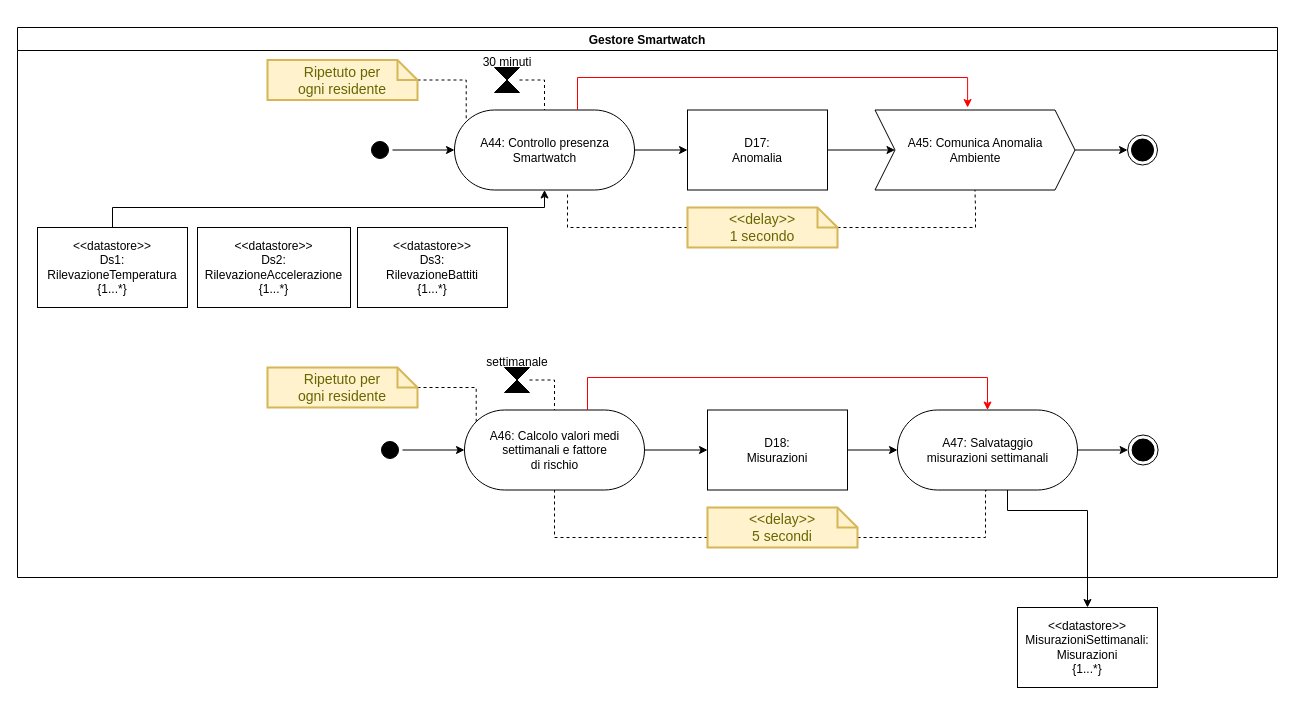
This is page "GestoreSmartwatch" (8 of 11) of Progetto/Diagrammi_Attivita/DiagrammiAttivita.drawio from Wonderjack996/unimib-software-architecture, a draw.io file, before an edit. Source tidied: cells renumbered, new cells numbered last; positions are measured from the earlier drawing's top-left corner, leaving out a move shared by most shapes. Both pictures are drawn from the tidied source at 100%, with x=0, y=0 at pixel (17, 27).
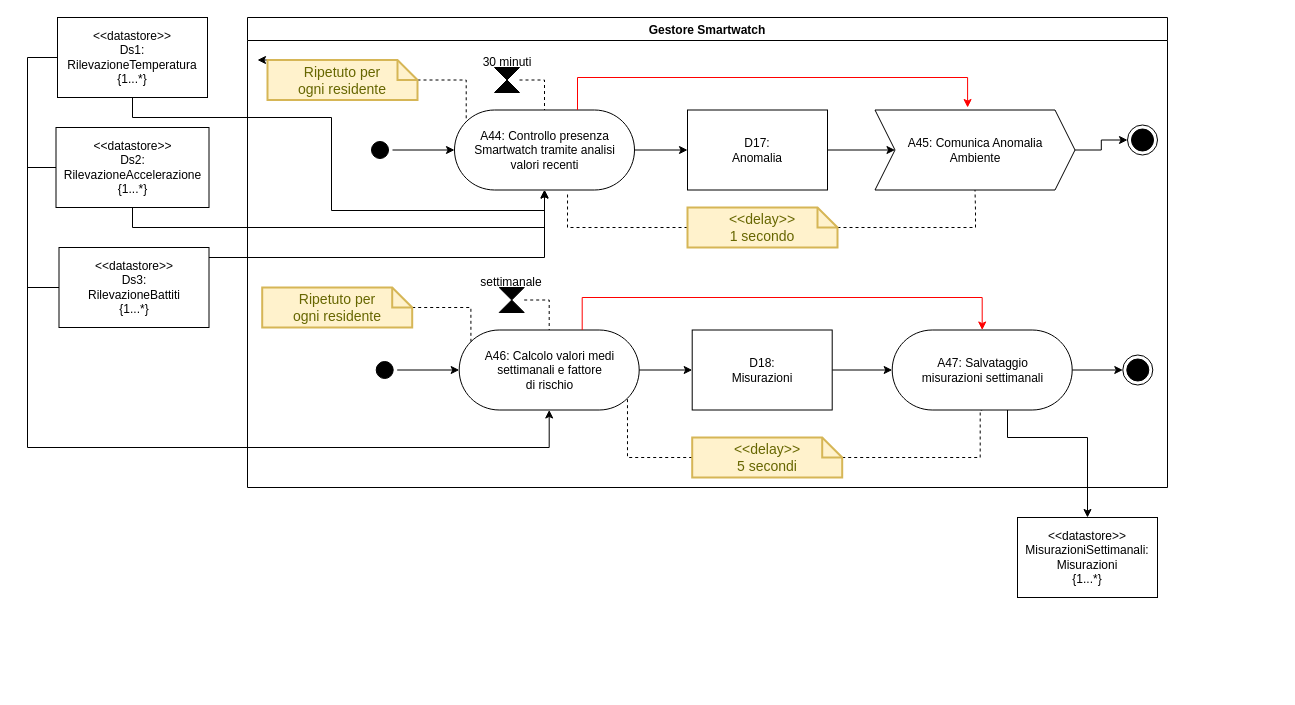
Above is the later version.

Unchanged cells that the change refers to:
```xml
<mxCell id="35" value="Ripetuto per&lt;br&gt;ogni residente" style="shape=note;strokeWidth=2;fontSize=14;size=20;whiteSpace=wrap;html=1;fillColor=#fff2cc;strokeColor=#d6b656;fontColor=#666600;" parent="1" vertex="1">
  <mxGeometry x="250" y="32.5" width="150" height="40" as="geometry" />
</mxCell>
```

Change to the diagram source:
```diff
@@
-    <mxCell id="3" value="&lt;div&gt;A44: Controllo presenza&lt;/div&gt;&lt;div&gt;Smartwatch&lt;/div&gt;" style="html=1;dashed=0;whitespace=wrap;shape=mxgraph.dfd.start;" parent="1" vertex="1">
+    <mxCell id="3" value="&lt;div&gt;A44: Controllo presenza&lt;/div&gt;&lt;div&gt;Smartwatch tramite analisi&lt;/div&gt;&lt;div&gt;valori recenti&lt;/div&gt;" style="html=1;dashed=0;whitespace=wrap;shape=mxgraph.dfd.start;" parent="1" vertex="1">
       <mxGeometry x="437" y="82.5" width="180" height="80" as="geometry" />
     </mxCell>
@@
-    <mxCell id="15" style="edgeStyle=orthogonalEdgeStyle;rounded=0;jettySize=auto;html=1;entryX=0.5;entryY=0.5;entryDx=0;entryDy=40;entryPerimeter=0;endArrow=classic;endFill=1;" parent="1" edge="1" source="42" target="3">
-      <mxGeometry relative="1" as="geometry">
-        <Array as="points">
-          <mxPoint x="527" y="180" />
-        </Array>
-      </mxGeometry>
-    </mxCell>
     <mxCell id="16" style="ellipse;html=1;shape=startState;fillColor=#000000;" parent="1" vertex="1">
-      <mxGeometry x="360" y="410" width="25" height="25" as="geometry" />
+      <mxGeometry x="354.7" y="330" width="25" height="25" as="geometry" />
     </mxCell>
     <mxCell id="17" value="&lt;div&gt;A46: Calcolo valori medi&lt;/div&gt;&lt;div&gt;settimanali e fattore&lt;/div&gt;&lt;div&gt;di rischio&lt;/div&gt;" style="html=1;dashed=0;whitespace=wrap;shape=mxgraph.dfd.start;" parent="1" vertex="1">
-      <mxGeometry x="447" y="382.5" width="180" height="80" as="geometry" />
+      <mxGeometry x="441.7" y="302.5" width="180" height="80" as="geometry" />
     </mxCell>
@@
     <mxCell id="20" style="edgeStyle=orthogonalEdgeStyle;rounded=0;jettySize=auto;html=1;entryX=0.5;entryY=0.5;entryDx=0;entryDy=-40;entryPerimeter=0;strokeWidth=1;startArrow=none;startFill=0;endArrow=none;endFill=0;dashed=1;" parent="1" edge="1" source="21" target="17">
       <mxGeometry relative="1" as="geometry">
         <Array as="points">
-          <mxPoint x="537" y="352" />
+          <mxPoint x="531.7" y="272" />
         </Array>
       </mxGeometry>
     </mxCell>
     <mxCell id="21" style="shape=collate;whiteSpace=wrap;html=1;fillColor=#000000;" parent="1" vertex="1">
-      <mxGeometry x="487" y="340" width="25" height="25" as="geometry" />
+      <mxGeometry x="481.7" y="260" width="25" height="25" as="geometry" />
     </mxCell>
     <mxCell id="22" value="settimanale" style="text;html=1;strokeColor=none;fillColor=none;align=center;verticalAlign=middle;whiteSpace=wrap;rounded=0;" parent="1" vertex="1">
-      <mxGeometry x="469.5" y="320" width="60" height="30" as="geometry" />
+      <mxGeometry x="464.2" y="240" width="60" height="30" as="geometry" />
     </mxCell>
@@
     <mxCell id="25" style="edgeStyle=orthogonalEdgeStyle;rounded=0;jettySize=auto;html=1;strokeColor=#FF0000;endArrow=classic;endFill=1;fillColor=#e51400;entryX=0.5;entryY=0.5;entryDx=0;entryDy=-40;entryPerimeter=0;" parent="1" edge="1" source="17" target="30">
       <mxGeometry relative="1" as="geometry">
         <Array as="points">
-          <mxPoint x="570" y="350" />
-          <mxPoint x="970" y="350" />
+          <mxPoint x="564.7" y="270" />
+          <mxPoint x="964.7" y="270" />
         </Array>
       </mxGeometry>
     </mxCell>
     <mxCell id="26" style="edgeStyle=orthogonalEdgeStyle;rounded=0;jettySize=auto;html=1;dashed=1;startArrow=none;startFill=0;endArrow=none;endFill=0;entryX=0.5;entryY=0.5;entryDx=0;entryDy=40;entryPerimeter=0;" parent="1" edge="1" source="39" target="30">
       <mxGeometry relative="1" as="geometry">
         <Array as="points">
-          <mxPoint x="968" y="510" />
-          <mxPoint x="968" y="463" />
+          <mxPoint x="962.7" y="430" />
+          <mxPoint x="962.7" y="383" />
         </Array>
       </mxGeometry>
     </mxCell>
-    <mxCell id="27" style="edgeStyle=orthogonalEdgeStyle;rounded=0;jettySize=auto;html=1;entryX=0.5;entryY=0.5;entryDx=0;entryDy=40;entryPerimeter=0;dashed=1;startArrow=none;startFill=0;endArrow=none;endFill=0;" parent="1" edge="1" source="39" target="17">
+    <mxCell id="27" style="edgeStyle=orthogonalEdgeStyle;rounded=0;jettySize=auto;html=1;entryX=0;entryY=0;entryDx=168.28;entryDy=68.28;entryPerimeter=0;dashed=1;startArrow=none;startFill=0;endArrow=none;endFill=0;" parent="1" edge="1" source="39" target="17">
       <mxGeometry relative="1" as="geometry">
         <Array as="points">
-          <mxPoint x="537" y="510" />
+          <mxPoint x="610" y="430" />
         </Array>
       </mxGeometry>
     </mxCell>
     <mxCell id="28" style="ellipse;html=1;shape=endState;fillColor=#000000;strokeColor=#000000;" parent="1" vertex="1">
-      <mxGeometry x="1110.6" y="407.5" width="30" height="30" as="geometry" />
+      <mxGeometry x="1105.3" y="327.5" width="30" height="30" as="geometry" />
     </mxCell>
     <mxCell id="29" style="edgeStyle=orthogonalEdgeStyle;rounded=0;jettySize=auto;html=1;entryX=0.5;entryY=0;entryDx=0;entryDy=0;" parent="1" edge="1" source="30" target="31">
       <mxGeometry relative="1" as="geometry">
         <Array as="points">
-          <mxPoint x="990" y="483" />
-          <mxPoint x="1070" y="483" />
+          <mxPoint x="990" y="410" />
+          <mxPoint x="1070" y="410" />
         </Array>
       </mxGeometry>
     </mxCell>
     <mxCell id="30" value="&lt;div&gt;A47: Salvataggio&lt;/div&gt;&lt;div&gt;misurazioni settimanali&lt;/div&gt;" style="html=1;dashed=0;whitespace=wrap;shape=mxgraph.dfd.start;" parent="1" vertex="1">
-      <mxGeometry x="880" y="382.5" width="180" height="80" as="geometry" />
+      <mxGeometry x="874.7" y="302.5" width="180" height="80" as="geometry" />
     </mxCell>
     <mxCell id="31" value="&lt;div&gt;&amp;lt;&amp;lt;datastore&amp;gt;&amp;gt;&lt;/div&gt;&lt;div&gt;MisurazioniSettimanali:&lt;/div&gt;&lt;div&gt;Misurazioni&lt;/div&gt;&lt;div&gt;{1...*}&lt;br&gt;&lt;/div&gt;" style="rounded=0;whiteSpace=wrap;html=1;" parent="1" vertex="1">
-      <mxGeometry x="1000" y="580" width="140" height="80" as="geometry" />
+      <mxGeometry x="1000" y="490" width="140" height="80" as="geometry" />
     </mxCell>
@@
     <mxCell id="33" value="Ripetuto per&lt;br&gt;ogni residente" style="shape=note;strokeWidth=2;fontSize=14;size=20;whiteSpace=wrap;html=1;fillColor=#fff2cc;strokeColor=#d6b656;fontColor=#666600;" parent="1" vertex="1">
-      <mxGeometry x="250" y="340" width="150" height="40" as="geometry" />
+      <mxGeometry x="244.7" y="260" width="150" height="40" as="geometry" />
     </mxCell>
@@
+    <mxCell id="45" style="edgeStyle=orthogonalEdgeStyle;rounded=0;jettySize=auto;html=1;exitX=0;exitY=0;exitDx=0;exitDy=0;exitPerimeter=0;" parent="1" edge="1" source="35">
+      <mxGeometry relative="1" as="geometry">
+        <mxPoint x="240" y="33" as="targetPoint" />
+      </mxGeometry>
+    </mxCell>
@@
     <mxCell id="36" value="Gestore Smartwatch" style="swimlane;" parent="1" vertex="1">
-      <mxGeometry width="1260" height="550" as="geometry" />
+      <mxGeometry x="230" y="-10" width="920" height="470" as="geometry" />
     </mxCell>
     <mxCell id="37" style="ellipse;html=1;shape=endState;fillColor=#000000;strokeColor=#000000;" parent="36" vertex="1">
-      <mxGeometry x="1110" y="107.5" width="30" height="30" as="geometry" />
+      <mxGeometry x="880" y="107.5" width="30" height="30" as="geometry" />
     </mxCell>
     <mxCell id="38" value="D18:&lt;br&gt;Misurazioni" style="rounded=0;whiteSpace=wrap;html=1;" parent="36" vertex="1">
-      <mxGeometry x="690" y="382.5" width="140" height="80" as="geometry" />
+      <mxGeometry x="444.7" y="312.5" width="140" height="80" as="geometry" />
     </mxCell>
     <mxCell id="39" value="&amp;lt;&amp;lt;delay&amp;gt;&amp;gt;&lt;br&gt;5 secondi" style="shape=note;strokeWidth=2;fontSize=14;size=20;whiteSpace=wrap;html=1;fillColor=#fff2cc;strokeColor=#d6b656;fontColor=#666600;" parent="36" vertex="1">
-      <mxGeometry x="690" y="480" width="150" height="40" as="geometry" />
+      <mxGeometry x="444.7" y="420" width="150" height="40" as="geometry" />
     </mxCell>
     <mxCell id="40" value="D17:&lt;br&gt;Anomalia" style="rounded=0;whiteSpace=wrap;html=1;" parent="36" vertex="1">
-      <mxGeometry x="670" y="82.5" width="140" height="80" as="geometry" />
+      <mxGeometry x="440" y="92.5" width="140" height="80" as="geometry" />
     </mxCell>
     <mxCell id="41" value="&amp;lt;&amp;lt;delay&amp;gt;&amp;gt;&lt;br&gt;1 secondo" style="shape=note;strokeWidth=2;fontSize=14;size=20;whiteSpace=wrap;html=1;fillColor=#fff2cc;strokeColor=#d6b656;fontColor=#666600;" parent="36" vertex="1">
-      <mxGeometry x="670" y="180" width="150" height="40" as="geometry" />
+      <mxGeometry x="440" y="190" width="150" height="40" as="geometry" />
     </mxCell>
+    <mxCell id="15" style="edgeStyle=orthogonalEdgeStyle;rounded=0;jettySize=auto;html=1;entryX=0.5;entryY=0.5;entryDx=0;entryDy=40;entryPerimeter=0;" parent="1" edge="1" source="42" target="3">
+      <mxGeometry relative="1" as="geometry">
+        <Array as="points">
+          <mxPoint x="115" y="90" />
+          <mxPoint x="314" y="90" />
+          <mxPoint x="314" y="183" />
+          <mxPoint x="527" y="183" />
+        </Array>
+      </mxGeometry>
+    </mxCell>
+    <mxCell id="46" style="edgeStyle=orthogonalEdgeStyle;rounded=0;jettySize=auto;html=1;entryX=0.5;entryY=0.5;entryDx=0;entryDy=40;entryPerimeter=0;" parent="1" edge="1" source="42" target="17">
+      <mxGeometry relative="1" as="geometry">
+        <Array as="points">
+          <mxPoint x="10" y="30" />
+          <mxPoint x="10" y="420" />
+          <mxPoint x="532" y="420" />
+        </Array>
+      </mxGeometry>
+    </mxCell>
-    <mxCell id="42" value="&lt;div&gt;&amp;lt;&amp;lt;datastore&amp;gt;&amp;gt;&lt;/div&gt;&lt;div&gt;Ds1:&lt;/div&gt;&lt;div&gt;RilevazioneTemperatura&lt;/div&gt;&lt;div&gt;&lt;span&gt;{1...*&lt;/span&gt;&lt;span&gt;}&lt;/span&gt;&lt;/div&gt;" style="rounded=0;whiteSpace=wrap;html=1;" parent="36" vertex="1">
-      <mxGeometry x="20" y="200" width="150" height="80" as="geometry" />
+    <mxCell id="42" value="&lt;div&gt;&amp;lt;&amp;lt;datastore&amp;gt;&amp;gt;&lt;/div&gt;&lt;div&gt;Ds1:&lt;/div&gt;&lt;div&gt;RilevazioneTemperatura&lt;/div&gt;&lt;div&gt;&lt;span&gt;{1...*&lt;/span&gt;&lt;span&gt;}&lt;/span&gt;&lt;/div&gt;" style="rounded=0;whiteSpace=wrap;html=1;" parent="1" vertex="1">
+      <mxGeometry x="40" y="-10" width="150" height="80" as="geometry" />
     </mxCell>
+    <mxCell id="47" style="edgeStyle=orthogonalEdgeStyle;rounded=0;jettySize=auto;html=1;entryX=0.5;entryY=0.5;entryDx=0;entryDy=40;entryPerimeter=0;" parent="1" edge="1" source="43" target="3">
+      <mxGeometry relative="1" as="geometry">
+        <Array as="points">
+          <mxPoint x="115" y="200" />
+          <mxPoint x="527" y="200" />
+        </Array>
+      </mxGeometry>
+    </mxCell>
+    <mxCell id="48" style="edgeStyle=orthogonalEdgeStyle;rounded=0;jettySize=auto;html=1;endArrow=none;endFill=0;" parent="1" edge="1" source="43">
+      <mxGeometry relative="1" as="geometry">
+        <mxPoint x="10" y="140" as="targetPoint" />
+      </mxGeometry>
+    </mxCell>
-    <mxCell id="43" value="&lt;div&gt;&amp;lt;&amp;lt;datastore&amp;gt;&amp;gt;&lt;/div&gt;&lt;div&gt;Ds2:&lt;/div&gt;&lt;div&gt;RilevazioneAccelerazione&lt;/div&gt;&lt;div&gt;{1...*}&lt;br&gt;&lt;/div&gt;" style="rounded=0;whiteSpace=wrap;html=1;" parent="36" vertex="1">
-      <mxGeometry x="180" y="200" width="153" height="80" as="geometry" />
+    <mxCell id="43" value="&lt;div&gt;&amp;lt;&amp;lt;datastore&amp;gt;&amp;gt;&lt;/div&gt;&lt;div&gt;Ds2:&lt;/div&gt;&lt;div&gt;RilevazioneAccelerazione&lt;/div&gt;&lt;div&gt;{1...*}&lt;br&gt;&lt;/div&gt;" style="rounded=0;whiteSpace=wrap;html=1;" parent="1" vertex="1">
+      <mxGeometry x="38.5" y="100" width="153" height="80" as="geometry" />
     </mxCell>
+    <mxCell id="49" style="edgeStyle=orthogonalEdgeStyle;rounded=0;jettySize=auto;html=1;" parent="1" edge="1" source="44" target="3">
+      <mxGeometry relative="1" as="geometry">
+        <Array as="points">
+          <mxPoint x="527" y="230" />
+        </Array>
+      </mxGeometry>
+    </mxCell>
+    <mxCell id="50" style="edgeStyle=orthogonalEdgeStyle;rounded=0;jettySize=auto;html=1;endArrow=none;endFill=0;" parent="1" edge="1" source="44">
+      <mxGeometry relative="1" as="geometry">
+        <mxPoint x="10" y="260" as="targetPoint" />
+      </mxGeometry>
+    </mxCell>
-    <mxCell id="44" value="&lt;div&gt;&amp;lt;&amp;lt;datastore&amp;gt;&amp;gt;&lt;/div&gt;&lt;div&gt;Ds3:&lt;/div&gt;&lt;div&gt;RilevazioneBattiti&lt;/div&gt;&lt;div&gt;{1...*}&lt;br&gt;&lt;/div&gt;" style="rounded=0;whiteSpace=wrap;html=1;" parent="36" vertex="1">
-      <mxGeometry x="340" y="200" width="150" height="80" as="geometry" />
+    <mxCell id="44" value="&lt;div&gt;&amp;lt;&amp;lt;datastore&amp;gt;&amp;gt;&lt;/div&gt;&lt;div&gt;Ds3:&lt;/div&gt;&lt;div&gt;RilevazioneBattiti&lt;/div&gt;&lt;div&gt;{1...*}&lt;br&gt;&lt;/div&gt;" style="rounded=0;whiteSpace=wrap;html=1;" parent="1" vertex="1">
+      <mxGeometry x="41.5" y="220" width="150" height="80" as="geometry" />
     </mxCell>
```
